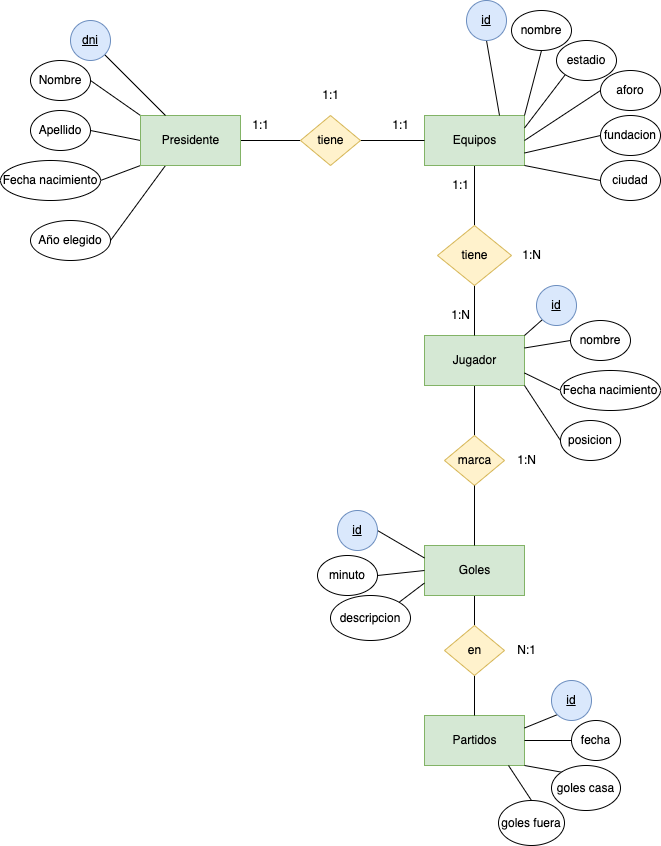
Before: tareas/tarea-4/images/ejercicio.drawio.png, a diagram exported from draw.io (deylansystem/actividadesBAE). Source tidied: cells renumbered, new cells last; positions are measured from the earlier drawing's top-left corner, leaving out a move shared by most shapes. Source of this version:
```xml
<mxGraphModel>
  <root>
    <mxCell id="0" />
    <mxCell id="1" parent="0" />
    <mxCell id="2" style="edgeStyle=none;html=1;exitX=0.5;exitY=1;exitDx=0;exitDy=0;endArrow=none;endFill=0;" parent="1" edge="1" source="3" target="15">
      <mxGeometry relative="1" as="geometry" />
    </mxCell>
    <mxCell id="3" value="Equipos" style="html=1;dashed=0;whitespace=wrap;fillColor=#d5e8d4;strokeColor=#82b366;" parent="1" vertex="1">
      <mxGeometry x="424" y="115" width="100" height="50" as="geometry" />
    </mxCell>
    <mxCell id="4" style="edgeStyle=none;html=1;exitX=1;exitY=0.5;exitDx=0;exitDy=0;entryX=0;entryY=0.5;entryDx=0;entryDy=0;endArrow=none;endFill=0;" parent="1" edge="1" source="9" target="22">
      <mxGeometry relative="1" as="geometry" />
    </mxCell>
    <mxCell id="5" style="edgeStyle=none;html=1;exitX=0.25;exitY=1;exitDx=0;exitDy=0;entryX=1;entryY=0.5;entryDx=0;entryDy=0;endArrow=none;endFill=0;" parent="1" edge="1" source="9" target="36">
      <mxGeometry relative="1" as="geometry" />
    </mxCell>
    <mxCell id="6" style="edgeStyle=none;html=1;exitX=0;exitY=1;exitDx=0;exitDy=0;entryX=1;entryY=0.5;entryDx=0;entryDy=0;endArrow=none;endFill=0;" parent="1" edge="1" source="9" target="35">
      <mxGeometry relative="1" as="geometry" />
    </mxCell>
    <mxCell id="7" style="edgeStyle=none;html=1;exitX=0;exitY=0.5;exitDx=0;exitDy=0;entryX=1;entryY=0.5;entryDx=0;entryDy=0;endArrow=none;endFill=0;" parent="1" edge="1" source="9" target="34">
      <mxGeometry relative="1" as="geometry" />
    </mxCell>
    <mxCell id="8" style="edgeStyle=none;html=1;exitX=0;exitY=0;exitDx=0;exitDy=0;entryX=1;entryY=0.5;entryDx=0;entryDy=0;endArrow=none;endFill=0;" parent="1" edge="1" source="9" target="33">
      <mxGeometry relative="1" as="geometry" />
    </mxCell>
    <mxCell id="9" value="Presidente" style="html=1;dashed=0;whitespace=wrap;fillColor=#d5e8d4;strokeColor=#82b366;" parent="1" vertex="1">
      <mxGeometry x="140" y="115" width="100" height="50" as="geometry" />
    </mxCell>
    <mxCell id="10" style="edgeStyle=none;html=1;exitX=0.5;exitY=1;exitDx=0;exitDy=0;entryX=0.5;entryY=0;entryDx=0;entryDy=0;endArrow=none;endFill=0;" parent="1" edge="1" source="11" target="19">
      <mxGeometry relative="1" as="geometry" />
    </mxCell>
    <mxCell id="11" value="Jugador" style="html=1;dashed=0;whitespace=wrap;fillColor=#d5e8d4;strokeColor=#82b366;" parent="1" vertex="1">
      <mxGeometry x="424" y="335" width="100" height="50" as="geometry" />
    </mxCell>
    <mxCell id="12" style="edgeStyle=none;html=1;exitX=0.5;exitY=1;exitDx=0;exitDy=0;endArrow=none;endFill=0;" parent="1" edge="1" source="13" target="29">
      <mxGeometry relative="1" as="geometry" />
    </mxCell>
    <mxCell id="13" value="Goles" style="html=1;dashed=0;whitespace=wrap;fillColor=#d5e8d4;strokeColor=#82b366;" parent="1" vertex="1">
      <mxGeometry x="424" y="545" width="100" height="50" as="geometry" />
    </mxCell>
    <mxCell id="14" style="edgeStyle=none;html=1;exitX=0.5;exitY=1;exitDx=0;exitDy=0;entryX=0.5;entryY=0;entryDx=0;entryDy=0;endArrow=none;endFill=0;" parent="1" edge="1" source="15" target="11">
      <mxGeometry relative="1" as="geometry" />
    </mxCell>
    <mxCell id="15" value="tiene" style="shape=rhombus;html=1;dashed=0;whitespace=wrap;perimeter=rhombusPerimeter;fillColor=#fff2cc;strokeColor=#d6b656;" parent="1" vertex="1">
      <mxGeometry x="437" y="225" width="74" height="60" as="geometry" />
    </mxCell>
    <mxCell id="16" value="1:1" style="text;html=1;align=center;verticalAlign=middle;strokeColor=none;fillColor=none;" parent="1" vertex="1">
      <mxGeometry x="440" y="170" width="40" height="30" as="geometry" />
    </mxCell>
    <mxCell id="17" value="1:N" style="text;html=1;align=center;verticalAlign=middle;strokeColor=none;fillColor=none;" parent="1" vertex="1">
      <mxGeometry x="440" y="300" width="40" height="30" as="geometry" />
    </mxCell>
    <mxCell id="18" value="1:N" style="text;html=1;align=center;verticalAlign=middle;strokeColor=none;fillColor=none;" parent="1" vertex="1">
      <mxGeometry x="511" y="240" width="40" height="30" as="geometry" />
    </mxCell>
    <mxCell id="19" value="marca" style="shape=rhombus;html=1;dashed=0;whitespace=wrap;perimeter=rhombusPerimeter;fillColor=#fff2cc;strokeColor=#d6b656;" parent="1" vertex="1">
      <mxGeometry x="444" y="435" width="60" height="50" as="geometry" />
    </mxCell>
    <mxCell id="20" style="edgeStyle=none;html=1;endArrow=none;endFill=0;exitX=0.5;exitY=1;exitDx=0;exitDy=0;" parent="1" edge="1" source="19" target="13">
      <mxGeometry relative="1" as="geometry" />
    </mxCell>
    <mxCell id="21" style="edgeStyle=none;html=1;exitX=1;exitY=0.5;exitDx=0;exitDy=0;entryX=0;entryY=0.5;entryDx=0;entryDy=0;endArrow=none;endFill=0;" parent="1" edge="1" source="22" target="3">
      <mxGeometry relative="1" as="geometry" />
    </mxCell>
    <mxCell id="22" value="tiene" style="shape=rhombus;html=1;dashed=0;whitespace=wrap;perimeter=rhombusPerimeter;fillColor=#fff2cc;strokeColor=#d6b656;" parent="1" vertex="1">
      <mxGeometry x="300" y="115" width="60" height="50" as="geometry" />
    </mxCell>
    <mxCell id="23" value="1:1" style="text;html=1;align=center;verticalAlign=middle;strokeColor=none;fillColor=none;" parent="1" vertex="1">
      <mxGeometry x="240" y="110" width="40" height="30" as="geometry" />
    </mxCell>
    <mxCell id="24" value="1:1" style="text;html=1;align=center;verticalAlign=middle;strokeColor=none;fillColor=none;" parent="1" vertex="1">
      <mxGeometry x="380" y="110" width="40" height="30" as="geometry" />
    </mxCell>
    <mxCell id="25" value="1:1" style="text;html=1;align=center;verticalAlign=middle;strokeColor=none;fillColor=none;" parent="1" vertex="1">
      <mxGeometry x="310" y="80" width="40" height="30" as="geometry" />
    </mxCell>
    <mxCell id="26" value="1:N" style="text;html=1;align=center;verticalAlign=middle;strokeColor=none;fillColor=none;" parent="1" vertex="1">
      <mxGeometry x="506" y="445" width="40" height="30" as="geometry" />
    </mxCell>
    <mxCell id="27" value="Partidos" style="html=1;dashed=0;whitespace=wrap;fillColor=#d5e8d4;strokeColor=#82b366;" parent="1" vertex="1">
      <mxGeometry x="424" y="715" width="100" height="50" as="geometry" />
    </mxCell>
    <mxCell id="28" style="edgeStyle=none;html=1;exitX=0.5;exitY=1;exitDx=0;exitDy=0;endArrow=none;endFill=0;" parent="1" edge="1" source="29" target="27">
      <mxGeometry relative="1" as="geometry" />
    </mxCell>
    <mxCell id="29" value="en" style="shape=rhombus;html=1;dashed=0;whitespace=wrap;perimeter=rhombusPerimeter;fillColor=#fff2cc;strokeColor=#d6b656;" parent="1" vertex="1">
      <mxGeometry x="444" y="625" width="60" height="50" as="geometry" />
    </mxCell>
    <mxCell id="30" value="N:1" style="text;html=1;align=center;verticalAlign=middle;strokeColor=none;fillColor=none;" parent="1" vertex="1">
      <mxGeometry x="506" y="635" width="40" height="30" as="geometry" />
    </mxCell>
    <mxCell id="31" style="edgeStyle=none;html=1;exitX=1;exitY=1;exitDx=0;exitDy=0;entryX=0.25;entryY=0;entryDx=0;entryDy=0;endArrow=none;endFill=0;" parent="1" edge="1" source="32" target="9">
      <mxGeometry relative="1" as="geometry" />
    </mxCell>
    <mxCell id="32" value="dni" style="ellipse;whiteSpace=wrap;html=1;align=center;fontStyle=4;fillColor=#dae8fc;strokeColor=#6c8ebf;" parent="1" vertex="1">
      <mxGeometry x="70" y="20" width="40" height="40" as="geometry" />
    </mxCell>
    <mxCell id="33" value="Nombre" style="ellipse;whiteSpace=wrap;html=1;align=center;" parent="1" vertex="1">
      <mxGeometry x="30" y="60" width="60" height="40" as="geometry" />
    </mxCell>
    <mxCell id="34" value="Apellido" style="ellipse;whiteSpace=wrap;html=1;align=center;" parent="1" vertex="1">
      <mxGeometry x="30" y="110" width="60" height="40" as="geometry" />
    </mxCell>
    <mxCell id="35" value="Fecha nacimiento" style="ellipse;whiteSpace=wrap;html=1;align=center;" parent="1" vertex="1">
      <mxGeometry y="160" width="100" height="40" as="geometry" />
    </mxCell>
    <mxCell id="36" value="Año elegido" style="ellipse;whiteSpace=wrap;html=1;align=center;" parent="1" vertex="1">
      <mxGeometry x="30" y="220" width="80" height="40" as="geometry" />
    </mxCell>
    <mxCell id="37" style="edgeStyle=none;html=1;exitX=0.5;exitY=1;exitDx=0;exitDy=0;entryX=0.75;entryY=0;entryDx=0;entryDy=0;endArrow=none;endFill=0;" parent="1" edge="1" source="38" target="3">
      <mxGeometry relative="1" as="geometry" />
    </mxCell>
    <mxCell id="38" value="id" style="ellipse;whiteSpace=wrap;html=1;align=center;fontStyle=4;fillColor=#dae8fc;strokeColor=#6c8ebf;" parent="1" vertex="1">
      <mxGeometry x="466" width="40" height="40" as="geometry" />
    </mxCell>
    <mxCell id="39" style="edgeStyle=none;html=1;exitX=0.5;exitY=1;exitDx=0;exitDy=0;entryX=1;entryY=0;entryDx=0;entryDy=0;endArrow=none;endFill=0;" parent="1" edge="1" source="40" target="3">
      <mxGeometry relative="1" as="geometry" />
    </mxCell>
    <mxCell id="40" value="nombre" style="ellipse;whiteSpace=wrap;html=1;align=center;" parent="1" vertex="1">
      <mxGeometry x="511" y="10" width="60" height="40" as="geometry" />
    </mxCell>
    <mxCell id="41" style="edgeStyle=none;html=1;exitX=0;exitY=1;exitDx=0;exitDy=0;entryX=1;entryY=0.25;entryDx=0;entryDy=0;endArrow=none;endFill=0;" parent="1" edge="1" source="42" target="3">
      <mxGeometry relative="1" as="geometry" />
    </mxCell>
    <mxCell id="42" value="estadio" style="ellipse;whiteSpace=wrap;html=1;align=center;" parent="1" vertex="1">
      <mxGeometry x="556" y="40" width="60" height="40" as="geometry" />
    </mxCell>
    <mxCell id="43" style="edgeStyle=none;html=1;exitX=0;exitY=0.5;exitDx=0;exitDy=0;entryX=1;entryY=0.5;entryDx=0;entryDy=0;endArrow=none;endFill=0;" parent="1" edge="1" source="44" target="3">
      <mxGeometry relative="1" as="geometry" />
    </mxCell>
    <mxCell id="44" value="aforo" style="ellipse;whiteSpace=wrap;html=1;align=center;" parent="1" vertex="1">
      <mxGeometry x="600" y="70" width="60" height="40" as="geometry" />
    </mxCell>
    <mxCell id="45" style="edgeStyle=none;html=1;exitX=0;exitY=0.5;exitDx=0;exitDy=0;entryX=1;entryY=0.75;entryDx=0;entryDy=0;endArrow=none;endFill=0;" parent="1" edge="1" source="46" target="3">
      <mxGeometry relative="1" as="geometry" />
    </mxCell>
    <mxCell id="46" value="fundacion" style="ellipse;whiteSpace=wrap;html=1;align=center;" parent="1" vertex="1">
      <mxGeometry x="600" y="115" width="60" height="40" as="geometry" />
    </mxCell>
    <mxCell id="47" style="edgeStyle=none;html=1;exitX=0;exitY=0.5;exitDx=0;exitDy=0;entryX=1;entryY=1;entryDx=0;entryDy=0;endArrow=none;endFill=0;" parent="1" edge="1" source="48" target="3">
      <mxGeometry relative="1" as="geometry" />
    </mxCell>
    <mxCell id="48" value="ciudad" style="ellipse;whiteSpace=wrap;html=1;align=center;" parent="1" vertex="1">
      <mxGeometry x="600" y="160" width="60" height="40" as="geometry" />
    </mxCell>
    <mxCell id="49" style="edgeStyle=none;html=1;exitX=0;exitY=0.5;exitDx=0;exitDy=0;entryX=1;entryY=0.75;entryDx=0;entryDy=0;endArrow=none;endFill=0;" parent="1" edge="1" source="50" target="11">
      <mxGeometry relative="1" as="geometry" />
    </mxCell>
    <mxCell id="50" value="Fecha nacimiento" style="ellipse;whiteSpace=wrap;html=1;align=center;" parent="1" vertex="1">
      <mxGeometry x="560" y="370" width="100" height="40" as="geometry" />
    </mxCell>
    <mxCell id="51" style="edgeStyle=none;html=1;exitX=0;exitY=1;exitDx=0;exitDy=0;entryX=1;entryY=0;entryDx=0;entryDy=0;endArrow=none;endFill=0;" parent="1" edge="1" source="52" target="11">
      <mxGeometry relative="1" as="geometry" />
    </mxCell>
    <mxCell id="52" value="id" style="ellipse;whiteSpace=wrap;html=1;align=center;fontStyle=4;fillColor=#dae8fc;strokeColor=#6c8ebf;" parent="1" vertex="1">
      <mxGeometry x="536" y="285" width="40" height="40" as="geometry" />
    </mxCell>
    <mxCell id="53" style="edgeStyle=none;html=1;exitX=0;exitY=0.5;exitDx=0;exitDy=0;entryX=1;entryY=0.25;entryDx=0;entryDy=0;endArrow=none;endFill=0;" parent="1" edge="1" source="54" target="11">
      <mxGeometry relative="1" as="geometry" />
    </mxCell>
    <mxCell id="54" value="nombre" style="ellipse;whiteSpace=wrap;html=1;align=center;" parent="1" vertex="1">
      <mxGeometry x="570" y="320" width="60" height="40" as="geometry" />
    </mxCell>
    <mxCell id="55" style="edgeStyle=none;html=1;exitX=0;exitY=0.5;exitDx=0;exitDy=0;entryX=1;entryY=1;entryDx=0;entryDy=0;endArrow=none;endFill=0;" parent="1" edge="1" source="56" target="11">
      <mxGeometry relative="1" as="geometry" />
    </mxCell>
    <mxCell id="56" value="posicion" style="ellipse;whiteSpace=wrap;html=1;align=center;" parent="1" vertex="1">
      <mxGeometry x="560" y="420" width="60" height="40" as="geometry" />
    </mxCell>
    <mxCell id="57" style="edgeStyle=none;html=1;exitX=1;exitY=0.5;exitDx=0;exitDy=0;entryX=0;entryY=0.25;entryDx=0;entryDy=0;endArrow=none;endFill=0;" parent="1" edge="1" source="58" target="13">
      <mxGeometry relative="1" as="geometry" />
    </mxCell>
    <mxCell id="58" value="id" style="ellipse;whiteSpace=wrap;html=1;align=center;fontStyle=4;fillColor=#dae8fc;strokeColor=#6c8ebf;" parent="1" vertex="1">
      <mxGeometry x="337" y="510" width="40" height="40" as="geometry" />
    </mxCell>
    <mxCell id="59" style="edgeStyle=none;html=1;exitX=1;exitY=0.5;exitDx=0;exitDy=0;entryX=0;entryY=0.5;entryDx=0;entryDy=0;endArrow=none;endFill=0;" parent="1" edge="1" source="60" target="13">
      <mxGeometry relative="1" as="geometry" />
    </mxCell>
    <mxCell id="60" value="minuto" style="ellipse;whiteSpace=wrap;html=1;align=center;" parent="1" vertex="1">
      <mxGeometry x="317" y="555" width="60" height="40" as="geometry" />
    </mxCell>
    <mxCell id="61" style="edgeStyle=none;html=1;exitX=1;exitY=0;exitDx=0;exitDy=0;entryX=0;entryY=0.75;entryDx=0;entryDy=0;endArrow=none;endFill=0;" parent="1" edge="1" source="62" target="13">
      <mxGeometry relative="1" as="geometry" />
    </mxCell>
    <mxCell id="62" value="descripcion" style="ellipse;whiteSpace=wrap;html=1;align=center;" parent="1" vertex="1">
      <mxGeometry x="330" y="595" width="80" height="45" as="geometry" />
    </mxCell>
    <mxCell id="63" style="edgeStyle=none;html=1;exitX=0;exitY=1;exitDx=0;exitDy=0;entryX=1;entryY=0.25;entryDx=0;entryDy=0;endArrow=none;endFill=0;" parent="1" edge="1" source="64" target="27">
      <mxGeometry relative="1" as="geometry" />
    </mxCell>
    <mxCell id="64" value="id" style="ellipse;whiteSpace=wrap;html=1;align=center;fontStyle=4;fillColor=#dae8fc;strokeColor=#6c8ebf;" parent="1" vertex="1">
      <mxGeometry x="551" y="680" width="40" height="40" as="geometry" />
    </mxCell>
    <mxCell id="65" style="edgeStyle=none;html=1;exitX=0;exitY=0.5;exitDx=0;exitDy=0;entryX=1;entryY=0.5;entryDx=0;entryDy=0;endArrow=none;endFill=0;" parent="1" edge="1" source="66" target="27">
      <mxGeometry relative="1" as="geometry" />
    </mxCell>
    <mxCell id="66" value="fecha" style="ellipse;whiteSpace=wrap;html=1;align=center;" parent="1" vertex="1">
      <mxGeometry x="571" y="720" width="49" height="40" as="geometry" />
    </mxCell>
    <mxCell id="67" style="edgeStyle=none;html=1;exitX=0;exitY=0;exitDx=0;exitDy=0;entryX=1;entryY=1;entryDx=0;entryDy=0;endArrow=none;endFill=0;" parent="1" edge="1" source="68" target="27">
      <mxGeometry relative="1" as="geometry" />
    </mxCell>
    <mxCell id="68" value="goles casa" style="ellipse;whiteSpace=wrap;html=1;align=center;" parent="1" vertex="1">
      <mxGeometry x="551" y="765" width="69" height="45" as="geometry" />
    </mxCell>
    <mxCell id="69" style="edgeStyle=none;html=1;exitX=0.5;exitY=0;exitDx=0;exitDy=0;entryX=0.84;entryY=1;entryDx=0;entryDy=0;entryPerimeter=0;endArrow=none;endFill=0;" parent="1" edge="1" source="70" target="27">
      <mxGeometry relative="1" as="geometry" />
    </mxCell>
    <mxCell id="70" value="goles fuera" style="ellipse;whiteSpace=wrap;html=1;align=center;" parent="1" vertex="1">
      <mxGeometry x="498" y="800" width="66" height="45" as="geometry" />
    </mxCell>
  </root>
</mxGraphModel>
```
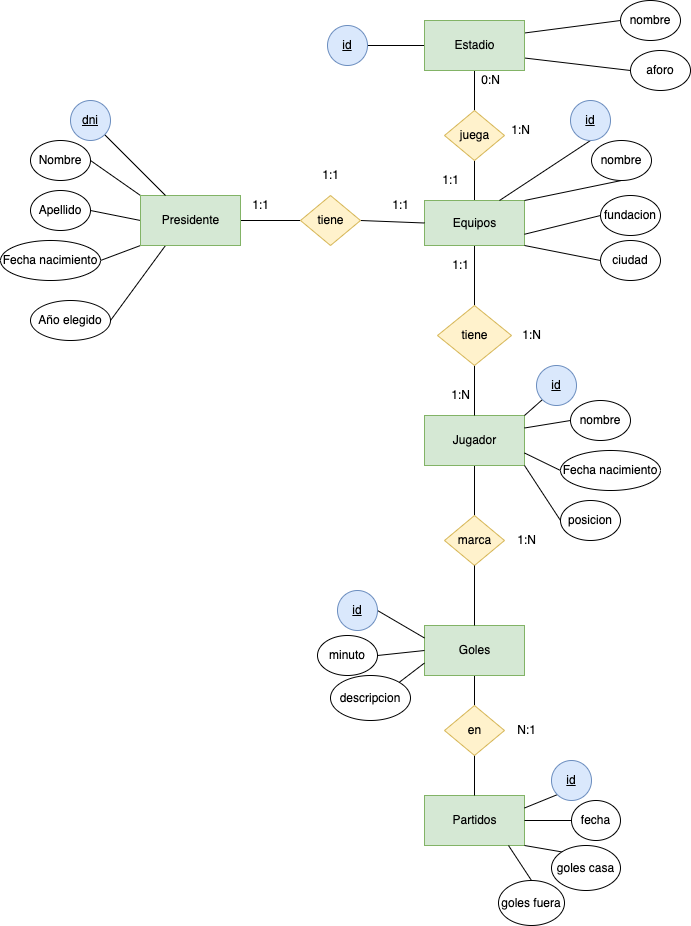
Later version of the same file.

Commit message:
se crea tarea

The edit, as a diff of the source:
```diff
@@ -5,8 +5,11 @@
     <mxCell id="2" style="edgeStyle=none;html=1;exitX=0.5;exitY=1;exitDx=0;exitDy=0;endArrow=none;endFill=0;" parent="1" edge="1" source="3" target="15">
       <mxGeometry relative="1" as="geometry" />
     </mxCell>
+    <mxCell id="71" style="edgeStyle=none;html=1;exitX=0.5;exitY=0;exitDx=0;exitDy=0;entryX=0.5;entryY=1;entryDx=0;entryDy=0;endArrow=none;endFill=0;" parent="1" edge="1" source="3" target="77">
+      <mxGeometry relative="1" as="geometry" />
+    </mxCell>
     <mxCell id="3" value="Equipos" style="html=1;dashed=0;whitespace=wrap;fillColor=#d5e8d4;strokeColor=#82b366;" parent="1" vertex="1">
-      <mxGeometry x="424" y="115" width="100" height="50" as="geometry" />
+      <mxGeometry x="424" y="120" width="100" height="45" as="geometry" />
     </mxCell>
     <mxCell id="4" style="edgeStyle=none;html=1;exitX=1;exitY=0.5;exitDx=0;exitDy=0;entryX=0;entryY=0.5;entryDx=0;entryDy=0;endArrow=none;endFill=0;" parent="1" edge="1" source="9" target="22">
       <mxGeometry relative="1" as="geometry" />
@@ -111,26 +114,14 @@
       <mxGeometry relative="1" as="geometry" />
     </mxCell>
     <mxCell id="38" value="id" style="ellipse;whiteSpace=wrap;html=1;align=center;fontStyle=4;fillColor=#dae8fc;strokeColor=#6c8ebf;" parent="1" vertex="1">
-      <mxGeometry x="466" width="40" height="40" as="geometry" />
+      <mxGeometry x="570" y="20" width="40" height="40" as="geometry" />
     </mxCell>
     <mxCell id="39" style="edgeStyle=none;html=1;exitX=0.5;exitY=1;exitDx=0;exitDy=0;entryX=1;entryY=0;entryDx=0;entryDy=0;endArrow=none;endFill=0;" parent="1" edge="1" source="40" target="3">
       <mxGeometry relative="1" as="geometry" />
     </mxCell>
     <mxCell id="40" value="nombre" style="ellipse;whiteSpace=wrap;html=1;align=center;" parent="1" vertex="1">
-      <mxGeometry x="511" y="10" width="60" height="40" as="geometry" />
+      <mxGeometry x="591" y="60" width="60" height="40" as="geometry" />
     </mxCell>
-    <mxCell id="41" style="edgeStyle=none;html=1;exitX=0;exitY=1;exitDx=0;exitDy=0;entryX=1;entryY=0.25;entryDx=0;entryDy=0;endArrow=none;endFill=0;" parent="1" edge="1" source="42" target="3">
-      <mxGeometry relative="1" as="geometry" />
-    </mxCell>
-    <mxCell id="42" value="estadio" style="ellipse;whiteSpace=wrap;html=1;align=center;" parent="1" vertex="1">
-      <mxGeometry x="556" y="40" width="60" height="40" as="geometry" />
-    </mxCell>
-    <mxCell id="43" style="edgeStyle=none;html=1;exitX=0;exitY=0.5;exitDx=0;exitDy=0;entryX=1;entryY=0.5;entryDx=0;entryDy=0;endArrow=none;endFill=0;" parent="1" edge="1" source="44" target="3">
-      <mxGeometry relative="1" as="geometry" />
-    </mxCell>
-    <mxCell id="44" value="aforo" style="ellipse;whiteSpace=wrap;html=1;align=center;" parent="1" vertex="1">
-      <mxGeometry x="600" y="70" width="60" height="40" as="geometry" />
-    </mxCell>
     <mxCell id="45" style="edgeStyle=none;html=1;exitX=0;exitY=0.5;exitDx=0;exitDy=0;entryX=1;entryY=0.75;entryDx=0;entryDy=0;endArrow=none;endFill=0;" parent="1" edge="1" source="46" target="3">
       <mxGeometry relative="1" as="geometry" />
     </mxCell>
@@ -209,5 +200,41 @@
     <mxCell id="70" value="goles fuera" style="ellipse;whiteSpace=wrap;html=1;align=center;" parent="1" vertex="1">
       <mxGeometry x="498" y="800" width="66" height="45" as="geometry" />
     </mxCell>
+    <mxCell id="72" style="edgeStyle=none;html=1;exitX=0.5;exitY=1;exitDx=0;exitDy=0;endArrow=none;endFill=0;" parent="1" edge="1" source="76" target="77">
+      <mxGeometry relative="1" as="geometry" />
+    </mxCell>
+    <mxCell id="73" style="edgeStyle=none;html=1;exitX=1;exitY=0.75;exitDx=0;exitDy=0;entryX=0;entryY=0.5;entryDx=0;entryDy=0;endArrow=none;endFill=0;" parent="1" edge="1" source="76" target="44">
+      <mxGeometry relative="1" as="geometry" />
+    </mxCell>
+    <mxCell id="74" style="edgeStyle=none;html=1;exitX=1;exitY=0.25;exitDx=0;exitDy=0;entryX=0;entryY=0.5;entryDx=0;entryDy=0;endArrow=none;endFill=0;" parent="1" edge="1" source="76" target="79">
+      <mxGeometry relative="1" as="geometry" />
+    </mxCell>
+    <mxCell id="75" style="edgeStyle=none;html=1;exitX=0;exitY=0.5;exitDx=0;exitDy=0;entryX=1;entryY=0.5;entryDx=0;entryDy=0;endArrow=none;endFill=0;" parent="1" edge="1" source="76" target="78">
+      <mxGeometry relative="1" as="geometry" />
+    </mxCell>
+    <mxCell id="76" value="Estadio" style="html=1;dashed=0;whitespace=wrap;fillColor=#d5e8d4;strokeColor=#82b366;" parent="1" vertex="1">
+      <mxGeometry x="424" y="-60" width="100" height="50" as="geometry" />
+    </mxCell>
+    <mxCell id="77" value="juega" style="shape=rhombus;html=1;dashed=0;whitespace=wrap;perimeter=rhombusPerimeter;fillColor=#fff2cc;strokeColor=#d6b656;" parent="1" vertex="1">
+      <mxGeometry x="444" y="30" width="60" height="50" as="geometry" />
+    </mxCell>
+    <mxCell id="78" value="id" style="ellipse;whiteSpace=wrap;html=1;align=center;fontStyle=4;fillColor=#dae8fc;strokeColor=#6c8ebf;" parent="1" vertex="1">
+      <mxGeometry x="327" y="-55" width="40" height="40" as="geometry" />
+    </mxCell>
+    <mxCell id="44" value="aforo" style="ellipse;whiteSpace=wrap;html=1;align=center;" parent="1" vertex="1">
+      <mxGeometry x="630" y="-30" width="60" height="40" as="geometry" />
+    </mxCell>
+    <mxCell id="79" value="nombre" style="ellipse;whiteSpace=wrap;html=1;align=center;" parent="1" vertex="1">
+      <mxGeometry x="620" y="-80" width="60" height="40" as="geometry" />
+    </mxCell>
+    <mxCell id="80" value="0:N" style="text;html=1;align=center;verticalAlign=middle;strokeColor=none;fillColor=none;" parent="1" vertex="1">
+      <mxGeometry x="470" y="-15" width="40" height="30" as="geometry" />
+    </mxCell>
+    <mxCell id="81" value="1:1" style="text;html=1;align=center;verticalAlign=middle;strokeColor=none;fillColor=none;" parent="1" vertex="1">
+      <mxGeometry x="430" y="85" width="40" height="30" as="geometry" />
+    </mxCell>
+    <mxCell id="82" value="1:N" style="text;html=1;align=center;verticalAlign=middle;strokeColor=none;fillColor=none;" parent="1" vertex="1">
+      <mxGeometry x="500" y="35" width="40" height="30" as="geometry" />
+    </mxCell>
   </root>
 </mxGraphModel>
```
